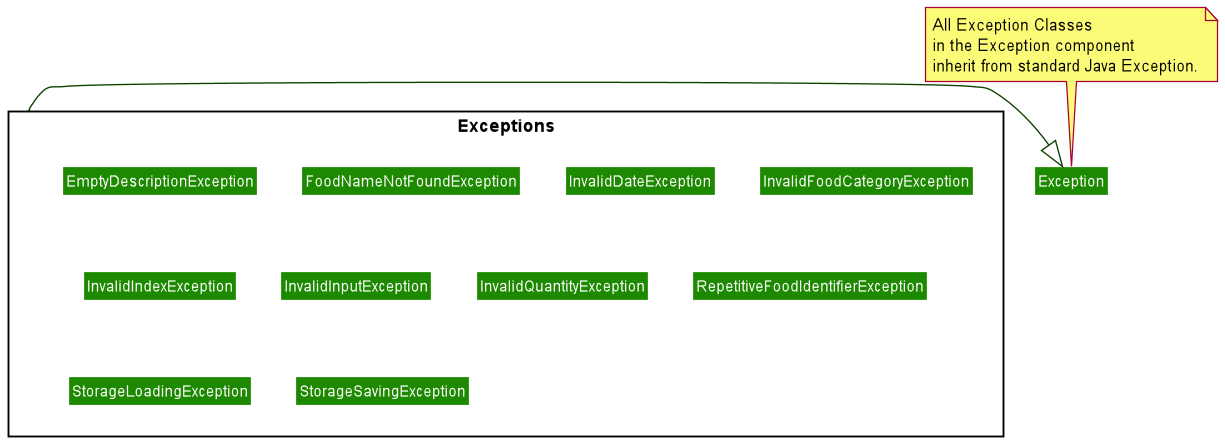
Above: docs/diagrams/diagram_images/ExceptionClassDiagram.png in nus-cs2113-AY2021S2/tp (PlantUML), before the change. The source it was exported from:
```plantuml
@startuml UtilitiesClassDiagram
allow_mixing
!include style.puml
skinparam arrowThickness 1.1
skinparam arrowColor UI_COLOR_T4
skinparam classBackgroundColor UI_COLOR
skinparam classAttributeIconSize 0


package Exceptions <<Rectangle>> {
    class EmptyDescriptionException
    class EmptyDescriptionException
    class FoodNameNotFoundException
    class InvalidDateException
    class InvalidFoodCategoryException
    class InvalidIndexException
    class InvalidInputException
    class InvalidQuantityException
    class RepetitiveFoodIdentifierException
    class StorageLoadingException
    class StorageSavingException
}

Exceptions -down|> Exception

note top of Exception : All Exception Classes\nin the Exception component \ninherit from standard Java Exception.

@enduml
```
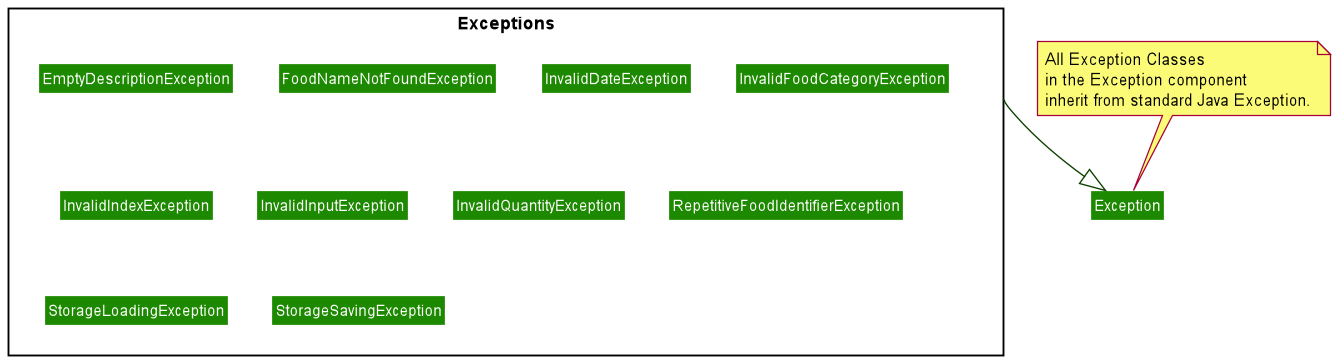
After the change.

What changed in the source:
```diff
@@ -21,7 +21,7 @@
     class StorageSavingException
 }
 
-Exceptions -down|> Exception
+Exceptions -down-|> Exception
 
 note top of Exception : All Exception Classes\nin the Exception component \ninherit from standard Java Exception.
 
```
